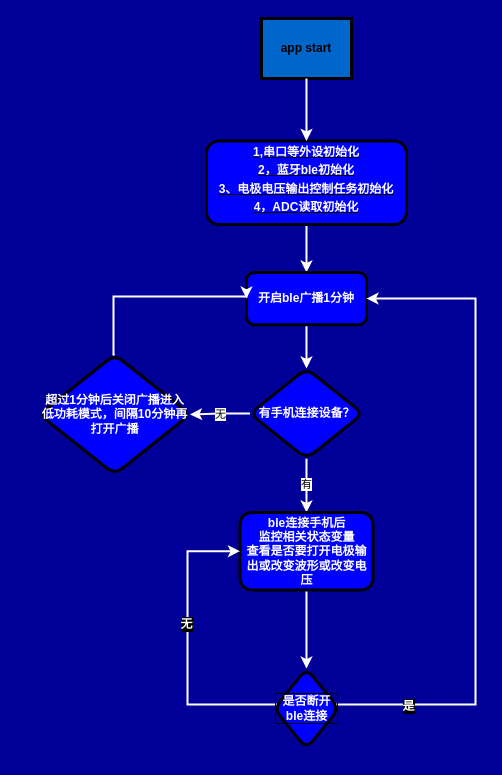
doctor1cong/draw_flow_chart keeps this draw.io diagram as draw_io_for_work/未命名绘图.drawio. Above is the earlier version. Source tidied: cells renumbered, new cells numbered last; positions are measured from the earlier drawing's top-left corner, leaving out a move shared by most shapes. Both pictures are drawn from the tidied source at 100%, with x=0, y=0 at pixel (39, 18).
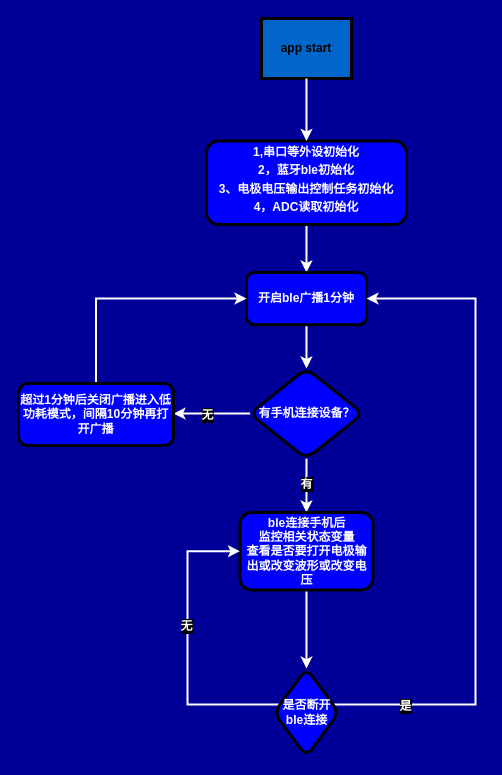
The same diagram, later.

The change refers to these unchanged cells:
```xml
<mxCell id="7" value="&lt;div&gt;&lt;span style=&quot;color: rgb(255, 255, 255); background-color: initial;&quot;&gt;开启ble广播1分钟&lt;/span&gt;&lt;br&gt;&lt;/div&gt;" style="whiteSpace=wrap;html=1;fillColor=#0000FF;rounded=1;fontStyle=1;strokeWidth=3;" parent="1" vertex="1">
  <mxGeometry x="207" y="254" width="120" height="52.2" as="geometry" />
</mxCell>
<mxCell id="12" value="&lt;font color=&quot;#ffffff&quot;&gt;有手机连接设备？&lt;/font&gt;" style="rhombus;whiteSpace=wrap;html=1;fillColor=#0000FF;rounded=1;fontStyle=1;strokeWidth=3;" parent="1" vertex="1">
  <mxGeometry x="210.5" y="350" width="113" height="90.2" as="geometry" />
</mxCell>
<mxCell id="16" value="&lt;font color=&quot;#ffffff&quot;&gt;ble连接手机后&lt;/font&gt;&lt;div&gt;&lt;font color=&quot;#ffffff&quot;&gt;监控相关状态变量&lt;/font&gt;&lt;/div&gt;&lt;div&gt;&lt;font color=&quot;#ffffff&quot;&gt;查看是否要打开电极输出或改变波形或改变电压&lt;/font&gt;&lt;/div&gt;" style="whiteSpace=wrap;html=1;fillColor=#0000FF;rounded=1;fontStyle=1;strokeWidth=3;" parent="1" vertex="1">
  <mxGeometry x="200.5" y="494" width="133" height="77.4" as="geometry" />
</mxCell>
```

Change to the diagram source:
```diff
@@
-    <mxCell id="3" value="&lt;p style=&quot;margin: 0px; margin-top: 4px; text-align: center; text-decoration: underline;&quot;&gt;&lt;font color=&quot;#ffffff&quot;&gt;1,串口等外设初始化&lt;/font&gt;&lt;/p&gt;&lt;p style=&quot;margin: 0px; margin-top: 4px; text-align: center; text-decoration: underline;&quot;&gt;&lt;font color=&quot;#ffffff&quot;&gt;2，蓝牙ble初始化&lt;/font&gt;&lt;/p&gt;&lt;p style=&quot;margin: 0px; margin-top: 4px; text-align: center; text-decoration: underline;&quot;&gt;&lt;font color=&quot;#ffffff&quot;&gt;3、电极电压输出控制任务初始化&lt;/font&gt;&lt;/p&gt;&lt;p style=&quot;margin: 0px; margin-top: 4px; text-align: center; text-decoration: underline;&quot;&gt;&lt;font color=&quot;#ffffff&quot;&gt;4，ADC读取初始化&lt;/font&gt;&lt;/p&gt;" style="verticalAlign=middle;align=center;overflow=fill;fontSize=12;fontFamily=Helvetica;html=1;rounded=1;fontStyle=1;strokeWidth=3;fillColor=#0000FF;" parent="1" vertex="1">
+    <mxCell id="3" value="&lt;p style=&quot;margin: 4px 0px 0px; text-align: center;&quot;&gt;&lt;font color=&quot;#ffffff&quot;&gt;1,串口等外设初始化&lt;/font&gt;&lt;/p&gt;&lt;p style=&quot;margin: 4px 0px 0px; text-align: center;&quot;&gt;&lt;font color=&quot;#ffffff&quot;&gt;2，蓝牙ble初始化&lt;/font&gt;&lt;/p&gt;&lt;p style=&quot;margin: 4px 0px 0px; text-align: center;&quot;&gt;&lt;font color=&quot;#ffffff&quot;&gt;3、电极电压输出控制任务初始化&lt;/font&gt;&lt;/p&gt;&lt;p style=&quot;margin: 4px 0px 0px; text-align: center;&quot;&gt;&lt;font color=&quot;#ffffff&quot;&gt;4，ADC读取初始化&lt;/font&gt;&lt;/p&gt;" style="verticalAlign=middle;align=center;overflow=fill;fontSize=12;fontFamily=Helvetica;html=1;rounded=1;fontStyle=1;strokeWidth=3;fillColor=#0000FF;" parent="1" vertex="1">
       <mxGeometry x="167" y="122.5" width="200" height="83.5" as="geometry" />
     </mxCell>
@@
-    <mxCell id="8" style="edgeStyle=orthogonalEdgeStyle;rounded=0;jettySize=auto;html=1;strokeWidth=2;strokeColor=#FFFFFF;" parent="1" edge="1" source="12" target="14">
-      <mxGeometry relative="1" as="geometry" />
+    <mxCell id="8" style="edgeStyle=orthogonalEdgeStyle;shape=connector;rounded=0;jettySize=auto;html=1;strokeColor=#FFFFFF;strokeWidth=2;align=center;verticalAlign=middle;fontFamily=Helvetica;fontSize=12;fontColor=#FFFFFF;fontStyle=1;labelBackgroundColor=default;endArrow=classic;" parent="1" edge="1" source="12" target="14">
+      <mxGeometry relative="1" as="geometry">
+        <Array as="points">
+          <mxPoint x="168" y="396" />
+          <mxPoint x="168" y="396" />
+        </Array>
+      </mxGeometry>
     </mxCell>
-    <mxCell id="9" value="无" style="edgeLabel;html=1;align=center;verticalAlign=middle;" parent="8" vertex="1">
-      <mxGeometry x="-0.03" relative="1" as="geometry" />
+    <mxCell id="9" value="无" style="edgeLabel;html=1;align=center;verticalAlign=middle;rounded=1;strokeColor=default;strokeWidth=3;fontFamily=Helvetica;fontSize=12;fontColor=#FFFFFF;fontStyle=1;fillColor=#0000FF;labelBackgroundColor=#000000;" parent="8" vertex="1">
+      <mxGeometry x="0.12" y="1" relative="1" as="geometry" />
     </mxCell>
-    <mxCell id="10" style="edgeStyle=orthogonalEdgeStyle;rounded=0;jettySize=auto;html=1;strokeWidth=2;strokeColor=#FFFFFF;" parent="1" edge="1" source="12" target="16">
+    <mxCell id="10" style="edgeStyle=orthogonalEdgeStyle;shape=connector;rounded=0;jettySize=auto;html=1;entryX=0.5;entryY=0;entryDx=0;entryDy=0;strokeColor=#FFFFFF;strokeWidth=2;align=center;verticalAlign=middle;fontFamily=Helvetica;fontSize=12;fontColor=#FFFFFF;fontStyle=1;labelBackgroundColor=default;endArrow=classic;" parent="1" edge="1" source="12" target="16">
       <mxGeometry relative="1" as="geometry" />
     </mxCell>
-    <mxCell id="11" value="有" style="edgeLabel;html=1;align=center;verticalAlign=middle;" parent="10" vertex="1">
+    <mxCell id="11" value="有" style="edgeLabel;html=1;align=center;verticalAlign=middle;fontFamily=Helvetica;fontSize=12;fontColor=#FFFFFF;fontStyle=1;labelBackgroundColor=#000000;" parent="10" vertex="1">
       <mxGeometry x="-0.08" y="-1" relative="1" as="geometry" />
     </mxCell>
@@
-    <mxCell id="13" style="edgeStyle=orthogonalEdgeStyle;rounded=0;jettySize=auto;html=1;entryX=0;entryY=0.5;entryDx=0;entryDy=0;strokeWidth=2;strokeColor=#FFFFFF;exitX=0.5;exitY=0;exitDx=0;exitDy=0;" parent="1" edge="1" source="14" target="7">
-      <mxGeometry relative="1" as="geometry">
-        <Array as="points">
-          <mxPoint x="74" y="278" />
-          <mxPoint x="207" y="278" />
-        </Array>
-      </mxGeometry>
-    </mxCell>
-    <mxCell id="14" value="&lt;font color=&quot;#ffffff&quot;&gt;超过1分钟后关闭广播进入低功耗模式，间隔10分钟再打开广播&lt;/font&gt;" style="rhombus;whiteSpace=wrap;html=1;fillColor=#0000FF;rounded=1;fontStyle=1;strokeWidth=3;" parent="1" vertex="1">
-      <mxGeometry y="336" width="150.5" height="120" as="geometry" />
-    </mxCell>
@@
-    <mxCell id="21" value="是否断开ble连接" style="rhombus;whiteSpace=wrap;html=1;fillColor=#0000FF;rounded=1;fontStyle=1;strokeWidth=3;fontColor=#FFFFFF;labelBorderColor=default;" parent="1" vertex="1">
-      <mxGeometry x="234.5" y="650.1" width="65" height="80" as="geometry" />
+    <mxCell id="21" value="是否断开ble连接" style="rhombus;whiteSpace=wrap;html=1;fillColor=#0000FF;rounded=1;fontStyle=1;strokeWidth=3;fontColor=#FFFFFF;labelBorderColor=none;" parent="1" vertex="1">
+      <mxGeometry x="234.5" y="650.1" width="65" height="87.9" as="geometry" />
     </mxCell>
+    <mxCell id="13" style="edgeStyle=orthogonalEdgeStyle;shape=connector;rounded=0;jettySize=auto;html=1;entryX=0;entryY=0.5;entryDx=0;entryDy=0;strokeColor=#FFFFFF;strokeWidth=2;align=center;verticalAlign=middle;fontFamily=Helvetica;fontSize=12;fontColor=#FFFFFF;fontStyle=1;labelBackgroundColor=default;endArrow=classic;" parent="1" edge="1" source="14" target="7">
+      <mxGeometry relative="1" as="geometry">
+        <Array as="points">
+          <mxPoint x="57" y="280" />
+        </Array>
+      </mxGeometry>
+    </mxCell>
+    <mxCell id="14" value="&lt;span style=&quot;color: rgb(255, 255, 255);&quot;&gt;超过1分钟后关闭广播进入低功耗模式，间隔10分钟再打开广播&lt;/span&gt;" style="rounded=1;whiteSpace=wrap;html=1;fillColor=#0000FF;fontStyle=1;strokeWidth=3;" parent="1" vertex="1">
+      <mxGeometry x="-21" y="365.1" width="155" height="61.9" as="geometry" />
+    </mxCell>
```
